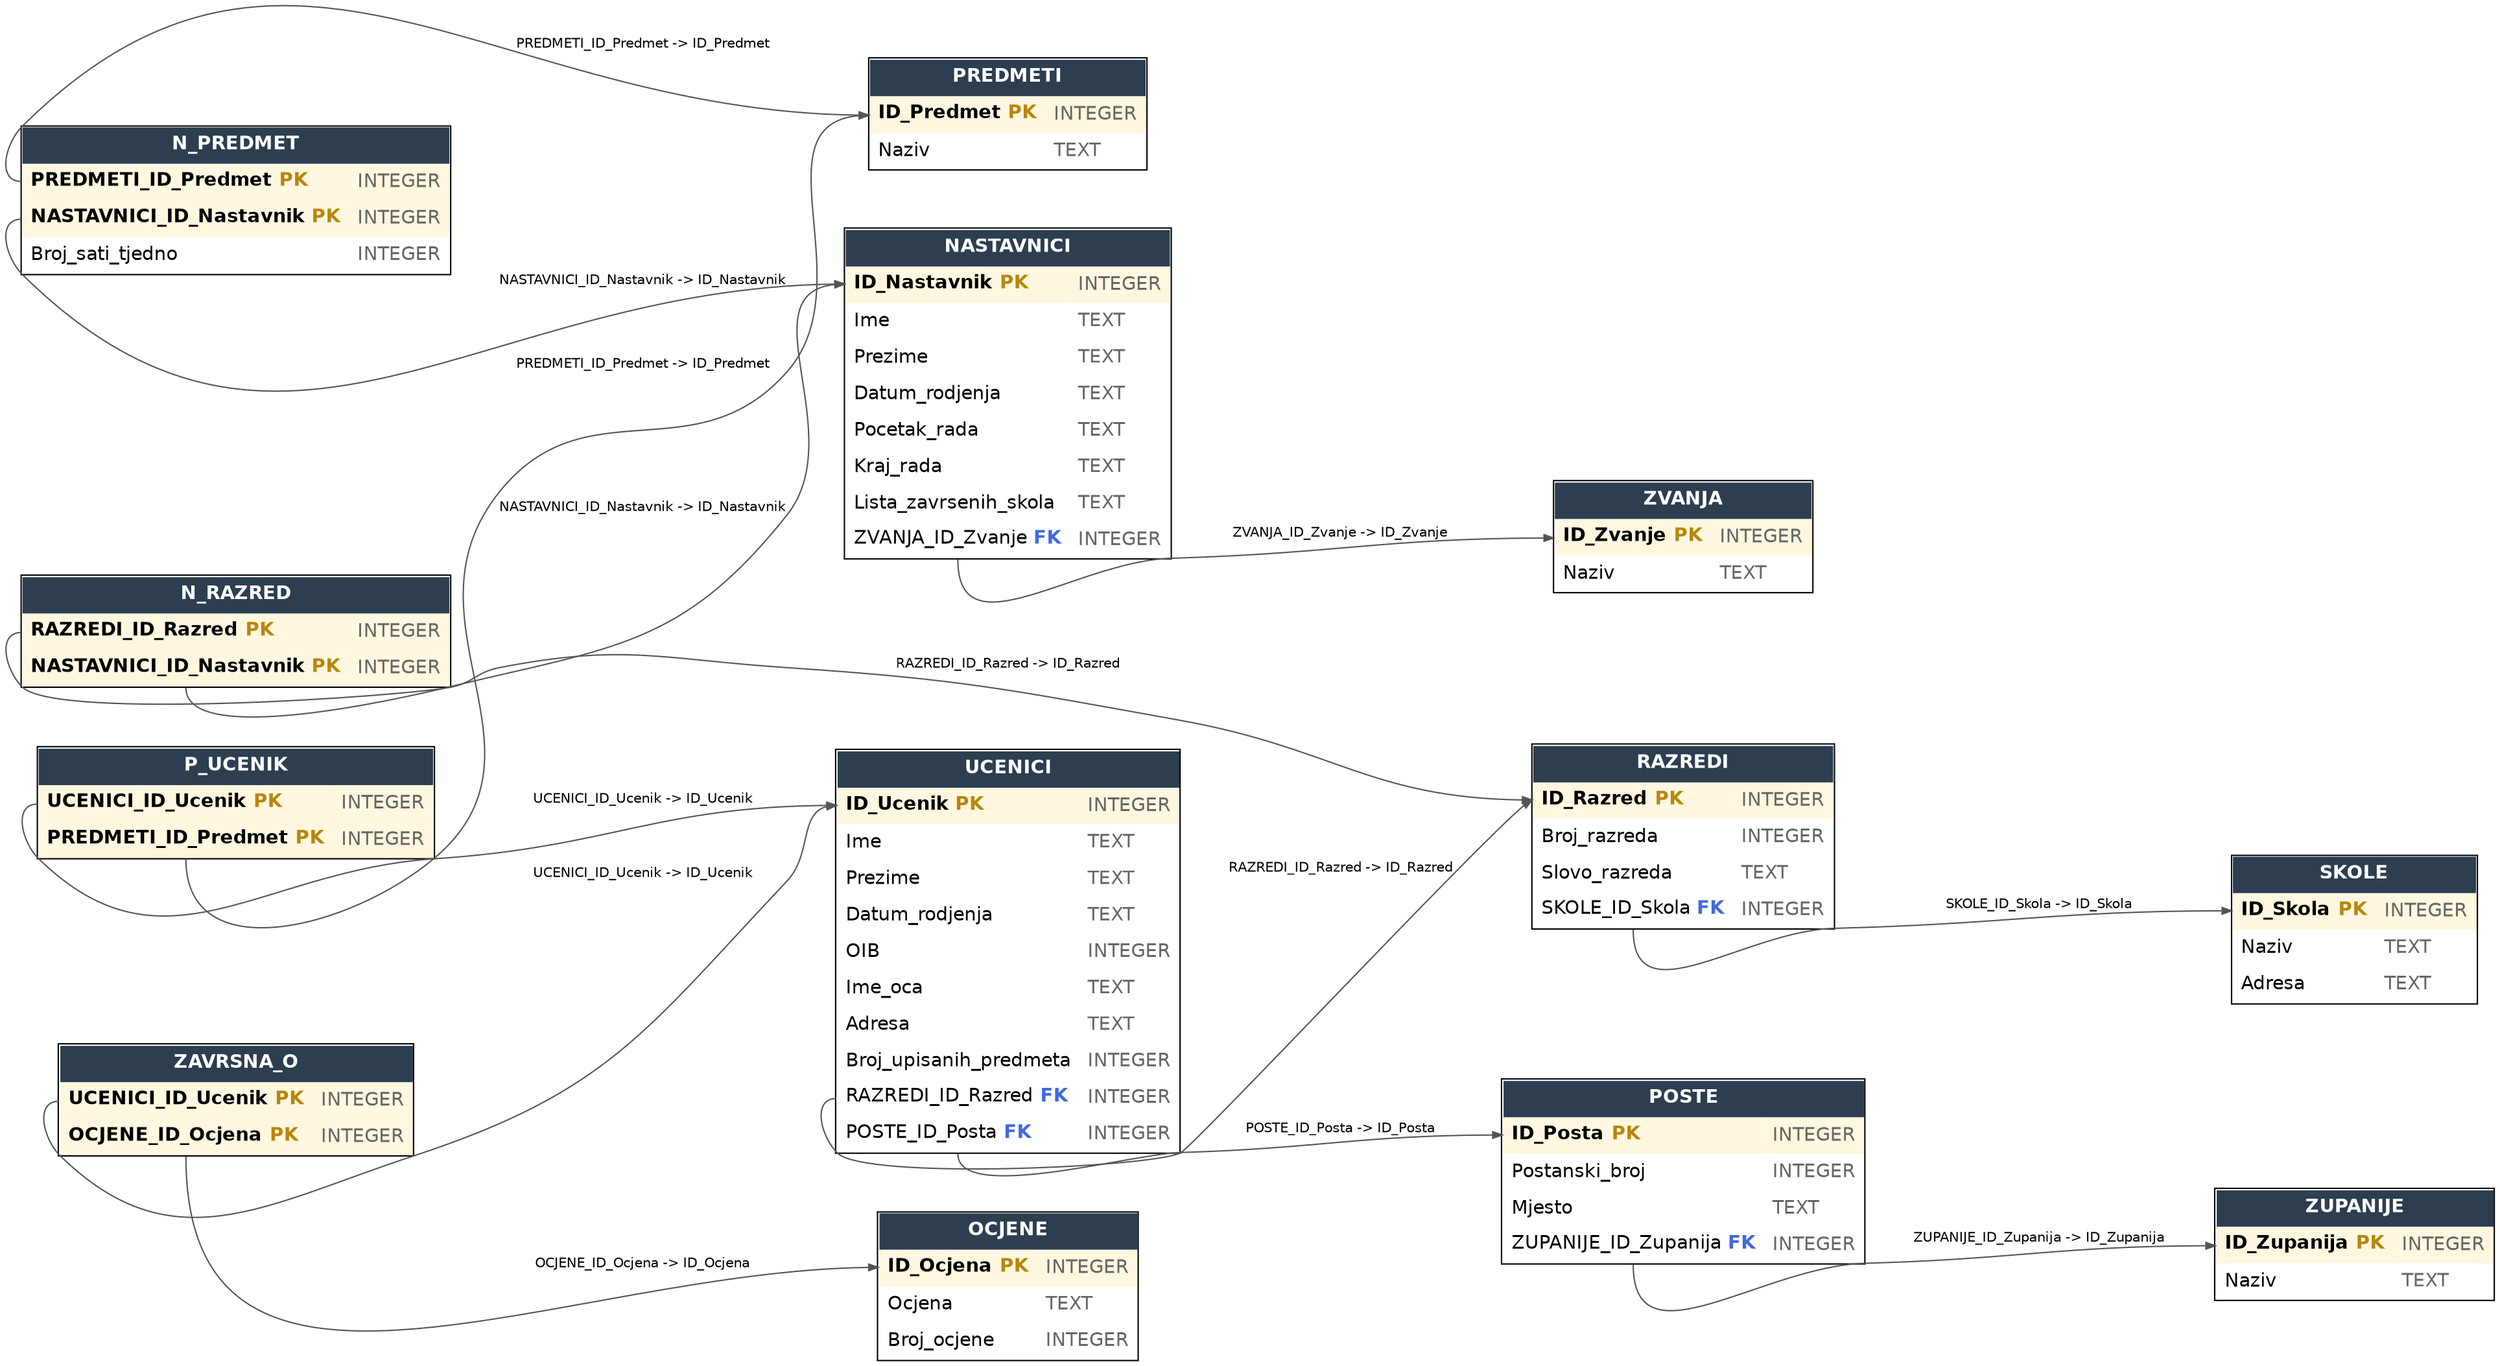
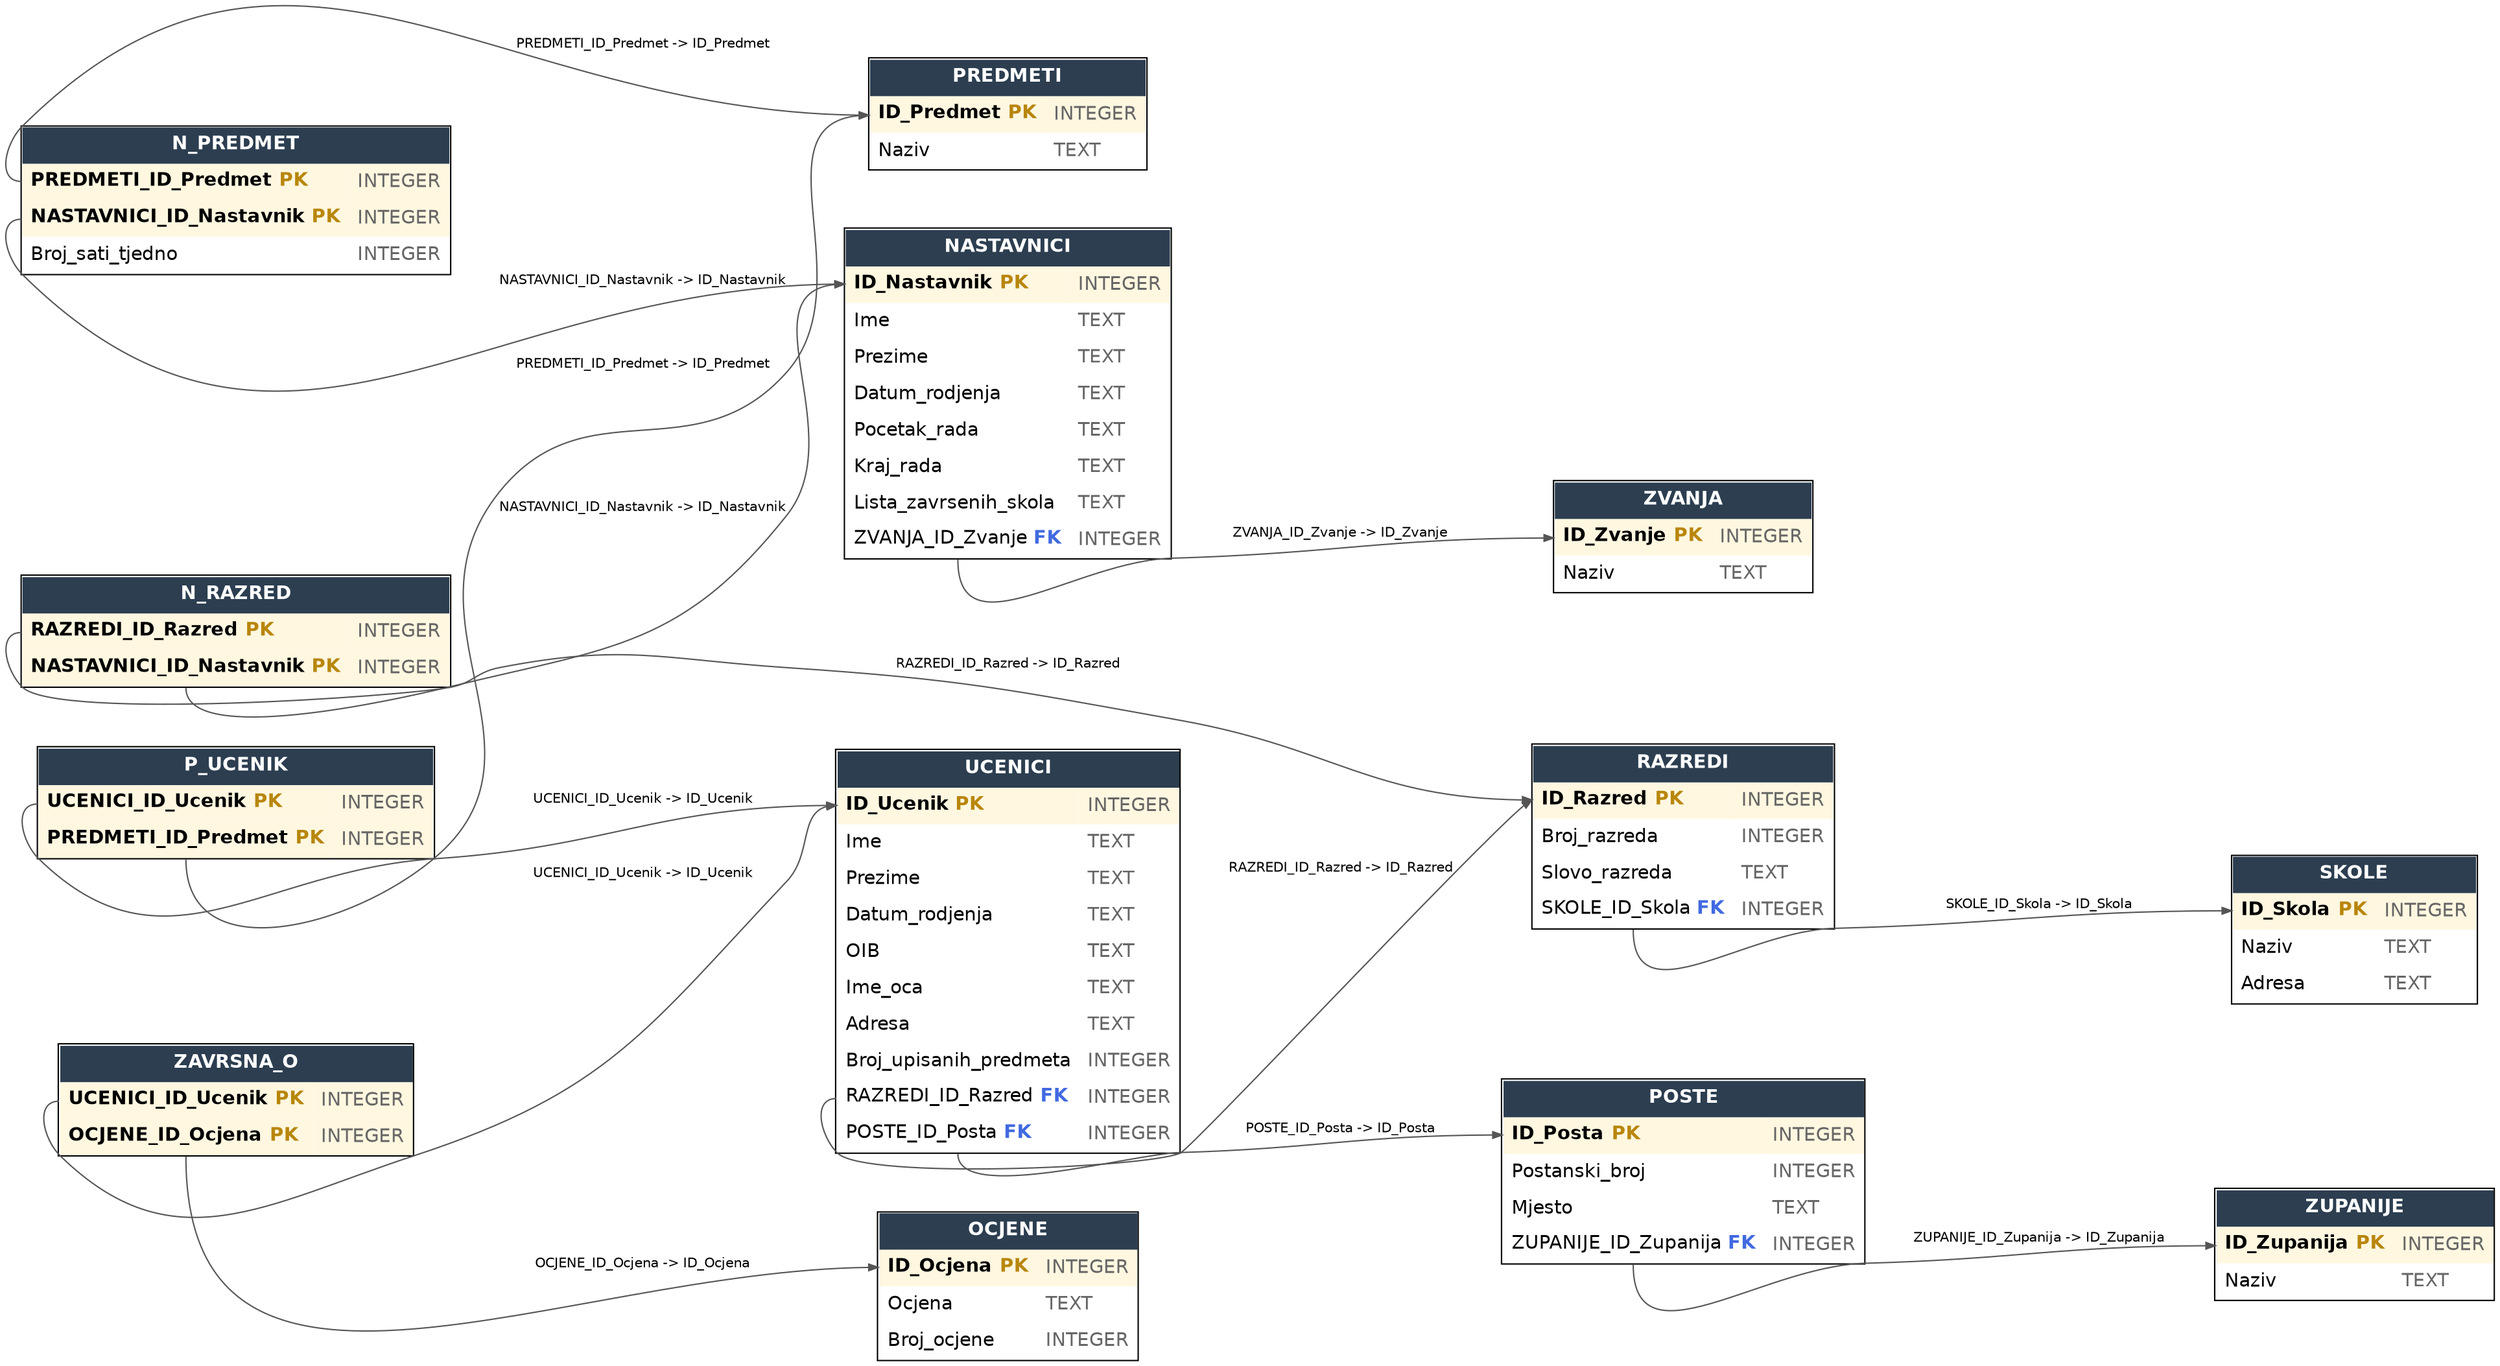
digraph schema {
rankdir=LR;
graph [fontname="Helvetica", bgcolor="white", nodesep=0.6, ranksep=1.0];
node [shape=plain, fontname="Helvetica"];
edge [fontname="Helvetica", fontsize=10, color="#555555", arrowsize=0.7];

"NASTAVNICI" [label=<
        <table border="1" cellborder="0" cellspacing="0" cellpadding="6" bgcolor="white">
        <tr><td colspan="2" bgcolor="#2c3e50"><font color="white"><b>NASTAVNICI</b></font></td></tr>
        <tr><td align="left" port="ID_Nastavnik" bgcolor="#fff7e0"><b>ID_Nastavnik</b> <font color="#b8860b"><b>PK</b></font></td><td align="left" bgcolor="#fff7e0"><font color="#666666">INTEGER</font></td></tr>
<tr><td align="left" port="Ime">Ime</td><td align="left"><font color="#666666">TEXT</font></td></tr>
<tr><td align="left" port="Prezime">Prezime</td><td align="left"><font color="#666666">TEXT</font></td></tr>
<tr><td align="left" port="Datum_rodjenja">Datum_rodjenja</td><td align="left"><font color="#666666">TEXT</font></td></tr>
<tr><td align="left" port="Pocetak_rada">Pocetak_rada</td><td align="left"><font color="#666666">TEXT</font></td></tr>
<tr><td align="left" port="Kraj_rada">Kraj_rada</td><td align="left"><font color="#666666">TEXT</font></td></tr>
<tr><td align="left" port="Lista_zavrsenih_skola">Lista_zavrsenih_skola</td><td align="left"><font color="#666666">TEXT</font></td></tr>
<tr><td align="left" port="ZVANJA_ID_Zvanje">ZVANJA_ID_Zvanje <font color="#4169e1"><b>FK</b></font></td><td align="left"><font color="#666666">INTEGER</font></td></tr></table>>];

"N_PREDMET" [label=<
        <table border="1" cellborder="0" cellspacing="0" cellpadding="6" bgcolor="white">
        <tr><td colspan="2" bgcolor="#2c3e50"><font color="white"><b>N_PREDMET</b></font></td></tr>
        <tr><td align="left" port="PREDMETI_ID_Predmet" bgcolor="#fff7e0"><b>PREDMETI_ID_Predmet</b> <font color="#b8860b"><b>PK</b></font></td><td align="left" bgcolor="#fff7e0"><font color="#666666">INTEGER</font></td></tr>
<tr><td align="left" port="NASTAVNICI_ID_Nastavnik" bgcolor="#fff7e0"><b>NASTAVNICI_ID_Nastavnik</b> <font color="#b8860b"><b>PK</b></font></td><td align="left" bgcolor="#fff7e0"><font color="#666666">INTEGER</font></td></tr>
<tr><td align="left" port="Broj_sati_tjedno">Broj_sati_tjedno</td><td align="left"><font color="#666666">INTEGER</font></td></tr></table>>];

"N_RAZRED" [label=<
        <table border="1" cellborder="0" cellspacing="0" cellpadding="6" bgcolor="white">
        <tr><td colspan="2" bgcolor="#2c3e50"><font color="white"><b>N_RAZRED</b></font></td></tr>
        <tr><td align="left" port="RAZREDI_ID_Razred" bgcolor="#fff7e0"><b>RAZREDI_ID_Razred</b> <font color="#b8860b"><b>PK</b></font></td><td align="left" bgcolor="#fff7e0"><font color="#666666">INTEGER</font></td></tr>
<tr><td align="left" port="NASTAVNICI_ID_Nastavnik" bgcolor="#fff7e0"><b>NASTAVNICI_ID_Nastavnik</b> <font color="#b8860b"><b>PK</b></font></td><td align="left" bgcolor="#fff7e0"><font color="#666666">INTEGER</font></td></tr></table>>];

"OCJENE" [label=<
        <table border="1" cellborder="0" cellspacing="0" cellpadding="6" bgcolor="white">
        <tr><td colspan="2" bgcolor="#2c3e50"><font color="white"><b>OCJENE</b></font></td></tr>
        <tr><td align="left" port="ID_Ocjena" bgcolor="#fff7e0"><b>ID_Ocjena</b> <font color="#b8860b"><b>PK</b></font></td><td align="left" bgcolor="#fff7e0"><font color="#666666">INTEGER</font></td></tr>
<tr><td align="left" port="Ocjena">Ocjena</td><td align="left"><font color="#666666">TEXT</font></td></tr>
<tr><td align="left" port="Broj_ocjene">Broj_ocjene</td><td align="left"><font color="#666666">INTEGER</font></td></tr></table>>];

"POSTE" [label=<
        <table border="1" cellborder="0" cellspacing="0" cellpadding="6" bgcolor="white">
        <tr><td colspan="2" bgcolor="#2c3e50"><font color="white"><b>POSTE</b></font></td></tr>
        <tr><td align="left" port="ID_Posta" bgcolor="#fff7e0"><b>ID_Posta</b> <font color="#b8860b"><b>PK</b></font></td><td align="left" bgcolor="#fff7e0"><font color="#666666">INTEGER</font></td></tr>
<tr><td align="left" port="Postanski_broj">Postanski_broj</td><td align="left"><font color="#666666">INTEGER</font></td></tr>
<tr><td align="left" port="Mjesto">Mjesto</td><td align="left"><font color="#666666">TEXT</font></td></tr>
<tr><td align="left" port="ZUPANIJE_ID_Zupanija">ZUPANIJE_ID_Zupanija <font color="#4169e1"><b>FK</b></font></td><td align="left"><font color="#666666">INTEGER</font></td></tr></table>>];

"PREDMETI" [label=<
        <table border="1" cellborder="0" cellspacing="0" cellpadding="6" bgcolor="white">
        <tr><td colspan="2" bgcolor="#2c3e50"><font color="white"><b>PREDMETI</b></font></td></tr>
        <tr><td align="left" port="ID_Predmet" bgcolor="#fff7e0"><b>ID_Predmet</b> <font color="#b8860b"><b>PK</b></font></td><td align="left" bgcolor="#fff7e0"><font color="#666666">INTEGER</font></td></tr>
<tr><td align="left" port="Naziv">Naziv</td><td align="left"><font color="#666666">TEXT</font></td></tr></table>>];

"P_UCENIK" [label=<
        <table border="1" cellborder="0" cellspacing="0" cellpadding="6" bgcolor="white">
        <tr><td colspan="2" bgcolor="#2c3e50"><font color="white"><b>P_UCENIK</b></font></td></tr>
        <tr><td align="left" port="UCENICI_ID_Ucenik" bgcolor="#fff7e0"><b>UCENICI_ID_Ucenik</b> <font color="#b8860b"><b>PK</b></font></td><td align="left" bgcolor="#fff7e0"><font color="#666666">INTEGER</font></td></tr>
<tr><td align="left" port="PREDMETI_ID_Predmet" bgcolor="#fff7e0"><b>PREDMETI_ID_Predmet</b> <font color="#b8860b"><b>PK</b></font></td><td align="left" bgcolor="#fff7e0"><font color="#666666">INTEGER</font></td></tr></table>>];

"RAZREDI" [label=<
        <table border="1" cellborder="0" cellspacing="0" cellpadding="6" bgcolor="white">
        <tr><td colspan="2" bgcolor="#2c3e50"><font color="white"><b>RAZREDI</b></font></td></tr>
        <tr><td align="left" port="ID_Razred" bgcolor="#fff7e0"><b>ID_Razred</b> <font color="#b8860b"><b>PK</b></font></td><td align="left" bgcolor="#fff7e0"><font color="#666666">INTEGER</font></td></tr>
<tr><td align="left" port="Broj_razreda">Broj_razreda</td><td align="left"><font color="#666666">INTEGER</font></td></tr>
<tr><td align="left" port="Slovo_razreda">Slovo_razreda</td><td align="left"><font color="#666666">TEXT</font></td></tr>
<tr><td align="left" port="SKOLE_ID_Skola">SKOLE_ID_Skola <font color="#4169e1"><b>FK</b></font></td><td align="left"><font color="#666666">INTEGER</font></td></tr></table>>];

"SKOLE" [label=<
        <table border="1" cellborder="0" cellspacing="0" cellpadding="6" bgcolor="white">
        <tr><td colspan="2" bgcolor="#2c3e50"><font color="white"><b>SKOLE</b></font></td></tr>
        <tr><td align="left" port="ID_Skola" bgcolor="#fff7e0"><b>ID_Skola</b> <font color="#b8860b"><b>PK</b></font></td><td align="left" bgcolor="#fff7e0"><font color="#666666">INTEGER</font></td></tr>
<tr><td align="left" port="Naziv">Naziv</td><td align="left"><font color="#666666">TEXT</font></td></tr>
<tr><td align="left" port="Adresa">Adresa</td><td align="left"><font color="#666666">TEXT</font></td></tr></table>>];

"UCENICI" [label=<
        <table border="1" cellborder="0" cellspacing="0" cellpadding="6" bgcolor="white">
        <tr><td colspan="2" bgcolor="#2c3e50"><font color="white"><b>UCENICI</b></font></td></tr>
        <tr><td align="left" port="ID_Ucenik" bgcolor="#fff7e0"><b>ID_Ucenik</b> <font color="#b8860b"><b>PK</b></font></td><td align="left" bgcolor="#fff7e0"><font color="#666666">INTEGER</font></td></tr>
<tr><td align="left" port="Ime">Ime</td><td align="left"><font color="#666666">TEXT</font></td></tr>
<tr><td align="left" port="Prezime">Prezime</td><td align="left"><font color="#666666">TEXT</font></td></tr>
<tr><td align="left" port="Datum_rodjenja">Datum_rodjenja</td><td align="left"><font color="#666666">TEXT</font></td></tr>
- <tr><td align="left" port="OIB">OIB</td><td align="left"><font color="#666666">INTEGER</font></td></tr>
+ <tr><td align="left" port="OIB">OIB</td><td align="left"><font color="#666666">TEXT</font></td></tr>
<tr><td align="left" port="Ime_oca">Ime_oca</td><td align="left"><font color="#666666">TEXT</font></td></tr>
<tr><td align="left" port="Adresa">Adresa</td><td align="left"><font color="#666666">TEXT</font></td></tr>
<tr><td align="left" port="Broj_upisanih_predmeta">Broj_upisanih_predmeta</td><td align="left"><font color="#666666">INTEGER</font></td></tr>
<tr><td align="left" port="RAZREDI_ID_Razred">RAZREDI_ID_Razred <font color="#4169e1"><b>FK</b></font></td><td align="left"><font color="#666666">INTEGER</font></td></tr>
<tr><td align="left" port="POSTE_ID_Posta">POSTE_ID_Posta <font color="#4169e1"><b>FK</b></font></td><td align="left"><font color="#666666">INTEGER</font></td></tr></table>>];

"ZAVRSNA_O" [label=<
        <table border="1" cellborder="0" cellspacing="0" cellpadding="6" bgcolor="white">
        <tr><td colspan="2" bgcolor="#2c3e50"><font color="white"><b>ZAVRSNA_O</b></font></td></tr>
        <tr><td align="left" port="UCENICI_ID_Ucenik" bgcolor="#fff7e0"><b>UCENICI_ID_Ucenik</b> <font color="#b8860b"><b>PK</b></font></td><td align="left" bgcolor="#fff7e0"><font color="#666666">INTEGER</font></td></tr>
<tr><td align="left" port="OCJENE_ID_Ocjena" bgcolor="#fff7e0"><b>OCJENE_ID_Ocjena</b> <font color="#b8860b"><b>PK</b></font></td><td align="left" bgcolor="#fff7e0"><font color="#666666">INTEGER</font></td></tr></table>>];

"ZUPANIJE" [label=<
        <table border="1" cellborder="0" cellspacing="0" cellpadding="6" bgcolor="white">
        <tr><td colspan="2" bgcolor="#2c3e50"><font color="white"><b>ZUPANIJE</b></font></td></tr>
        <tr><td align="left" port="ID_Zupanija" bgcolor="#fff7e0"><b>ID_Zupanija</b> <font color="#b8860b"><b>PK</b></font></td><td align="left" bgcolor="#fff7e0"><font color="#666666">INTEGER</font></td></tr>
<tr><td align="left" port="Naziv">Naziv</td><td align="left"><font color="#666666">TEXT</font></td></tr></table>>];

"ZVANJA" [label=<
        <table border="1" cellborder="0" cellspacing="0" cellpadding="6" bgcolor="white">
        <tr><td colspan="2" bgcolor="#2c3e50"><font color="white"><b>ZVANJA</b></font></td></tr>
        <tr><td align="left" port="ID_Zvanje" bgcolor="#fff7e0"><b>ID_Zvanje</b> <font color="#b8860b"><b>PK</b></font></td><td align="left" bgcolor="#fff7e0"><font color="#666666">INTEGER</font></td></tr>
<tr><td align="left" port="Naziv">Naziv</td><td align="left"><font color="#666666">TEXT</font></td></tr></table>>];

"NASTAVNICI":"ZVANJA_ID_Zvanje" -> "ZVANJA":"ID_Zvanje" [label="ZVANJA_ID_Zvanje -> ID_Zvanje"];
"N_PREDMET":"NASTAVNICI_ID_Nastavnik" -> "NASTAVNICI":"ID_Nastavnik" [label="NASTAVNICI_ID_Nastavnik -> ID_Nastavnik"];
"N_PREDMET":"PREDMETI_ID_Predmet" -> "PREDMETI":"ID_Predmet" [label="PREDMETI_ID_Predmet -> ID_Predmet"];
"N_RAZRED":"NASTAVNICI_ID_Nastavnik" -> "NASTAVNICI":"ID_Nastavnik" [label="NASTAVNICI_ID_Nastavnik -> ID_Nastavnik"];
"N_RAZRED":"RAZREDI_ID_Razred" -> "RAZREDI":"ID_Razred" [label="RAZREDI_ID_Razred -> ID_Razred"];
"POSTE":"ZUPANIJE_ID_Zupanija" -> "ZUPANIJE":"ID_Zupanija" [label="ZUPANIJE_ID_Zupanija -> ID_Zupanija"];
"P_UCENIK":"PREDMETI_ID_Predmet" -> "PREDMETI":"ID_Predmet" [label="PREDMETI_ID_Predmet -> ID_Predmet"];
"P_UCENIK":"UCENICI_ID_Ucenik" -> "UCENICI":"ID_Ucenik" [label="UCENICI_ID_Ucenik -> ID_Ucenik"];
"RAZREDI":"SKOLE_ID_Skola" -> "SKOLE":"ID_Skola" [label="SKOLE_ID_Skola -> ID_Skola"];
"UCENICI":"POSTE_ID_Posta" -> "POSTE":"ID_Posta" [label="POSTE_ID_Posta -> ID_Posta"];
"UCENICI":"RAZREDI_ID_Razred" -> "RAZREDI":"ID_Razred" [label="RAZREDI_ID_Razred -> ID_Razred"];
"ZAVRSNA_O":"OCJENE_ID_Ocjena" -> "OCJENE":"ID_Ocjena" [label="OCJENE_ID_Ocjena -> ID_Ocjena"];
"ZAVRSNA_O":"UCENICI_ID_Ucenik" -> "UCENICI":"ID_Ucenik" [label="UCENICI_ID_Ucenik -> ID_Ucenik"];
}
